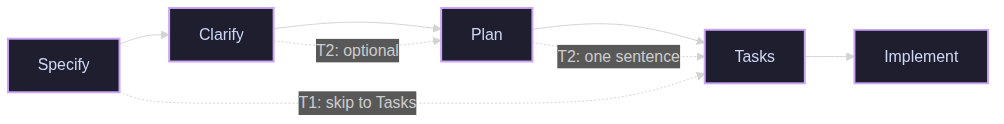
This is packages/minspec/media/screenshots/phase-lifecycle.png from AIClarityAU/minspec, a Mermaid export, as it was before one commit. Its source is kept beside it as packages/minspec/media/screenshots/phase-lifecycle.mmd. Its diagram source:
```mermaid
flowchart LR
    Specify --> Clarify
    Clarify --> Plan
    Plan --> Tasks
    Tasks --> Implement
    Specify -. "T1: skip to Tasks" .-> Tasks
    Clarify -. "T2: optional" .-> Plan
    Plan -. "T2: one sentence" .-> Tasks

    classDef phase fill:#1e1e2e,stroke:#cba6f7,stroke-width:2px,color:#cdd6f4;
    class Specify,Clarify,Plan,Tasks,Implement phase;
```
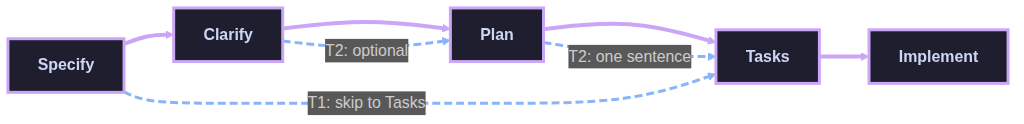
Above is the later version.

Change to the diagram source:
```diff
@@ -7,5 +7,13 @@
     Clarify -. "T2: optional" .-> Plan
     Plan -. "T2: one sentence" .-> Tasks
 
-    classDef phase fill:#1e1e2e,stroke:#cba6f7,stroke-width:2px,color:#cdd6f4;
+    classDef phase fill:#1e1e2e,stroke:#cba6f7,stroke-width:3px,color:#cdd6f4,font-weight:bold;
     class Specify,Clarify,Plan,Tasks,Implement phase;
+
+    linkStyle 0 stroke:#cba6f7,stroke-width:4px;
+    linkStyle 1 stroke:#cba6f7,stroke-width:4px;
+    linkStyle 2 stroke:#cba6f7,stroke-width:4px;
+    linkStyle 3 stroke:#cba6f7,stroke-width:4px;
+    linkStyle 4 stroke:#89b4fa,stroke-width:3px,stroke-dasharray:8 4;
+    linkStyle 5 stroke:#89b4fa,stroke-width:3px,stroke-dasharray:8 4;
+    linkStyle 6 stroke:#89b4fa,stroke-width:3px,stroke-dasharray:8 4;
```
